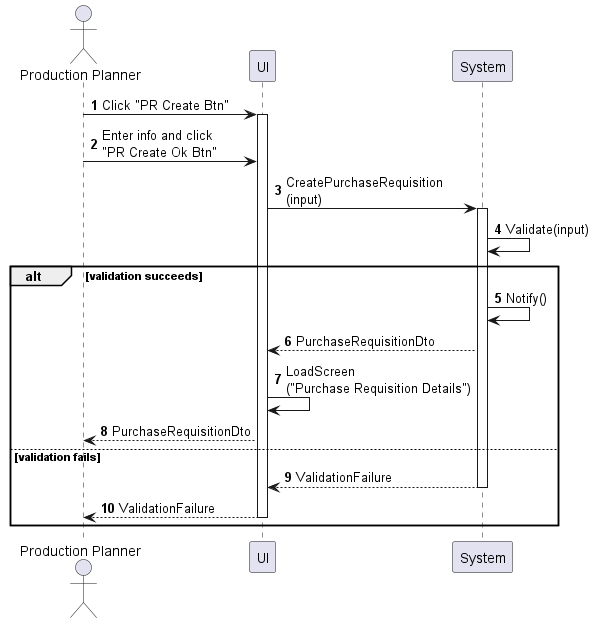
phihungha/scmss-reqs keeps this PlantUML diagram as sequences/purchase-requisition-create.png. Above is the earlier version.
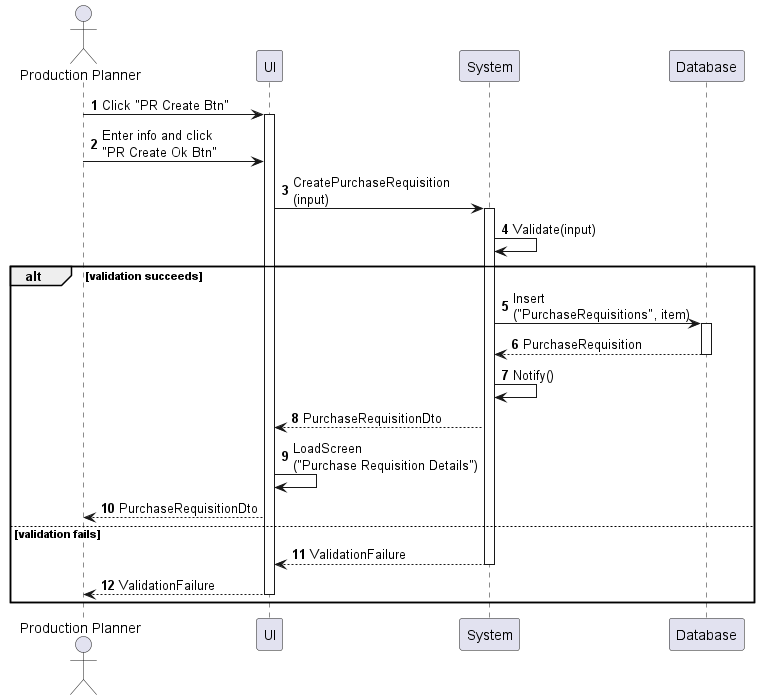
Above is the later version.

What changed in the source:
```diff
@@ -4,6 +4,7 @@
 actor "Production Planner" as a
 participant UI as f
 participant System as b
+participant Database as d
 
 a -> f : Click "PR Create Btn"
 activate f
@@ -13,6 +14,9 @@
 b -> b : Validate(input)
 
 alt validation succeeds
+    b -> d : Insert\n("PurchaseRequisitions", item)
+    activate d
+    return PurchaseRequisition
     b -> b : Notify()
     b --> f : PurchaseRequisitionDto
     f -> f : LoadScreen\n("Purchase Requisition Details")
```
